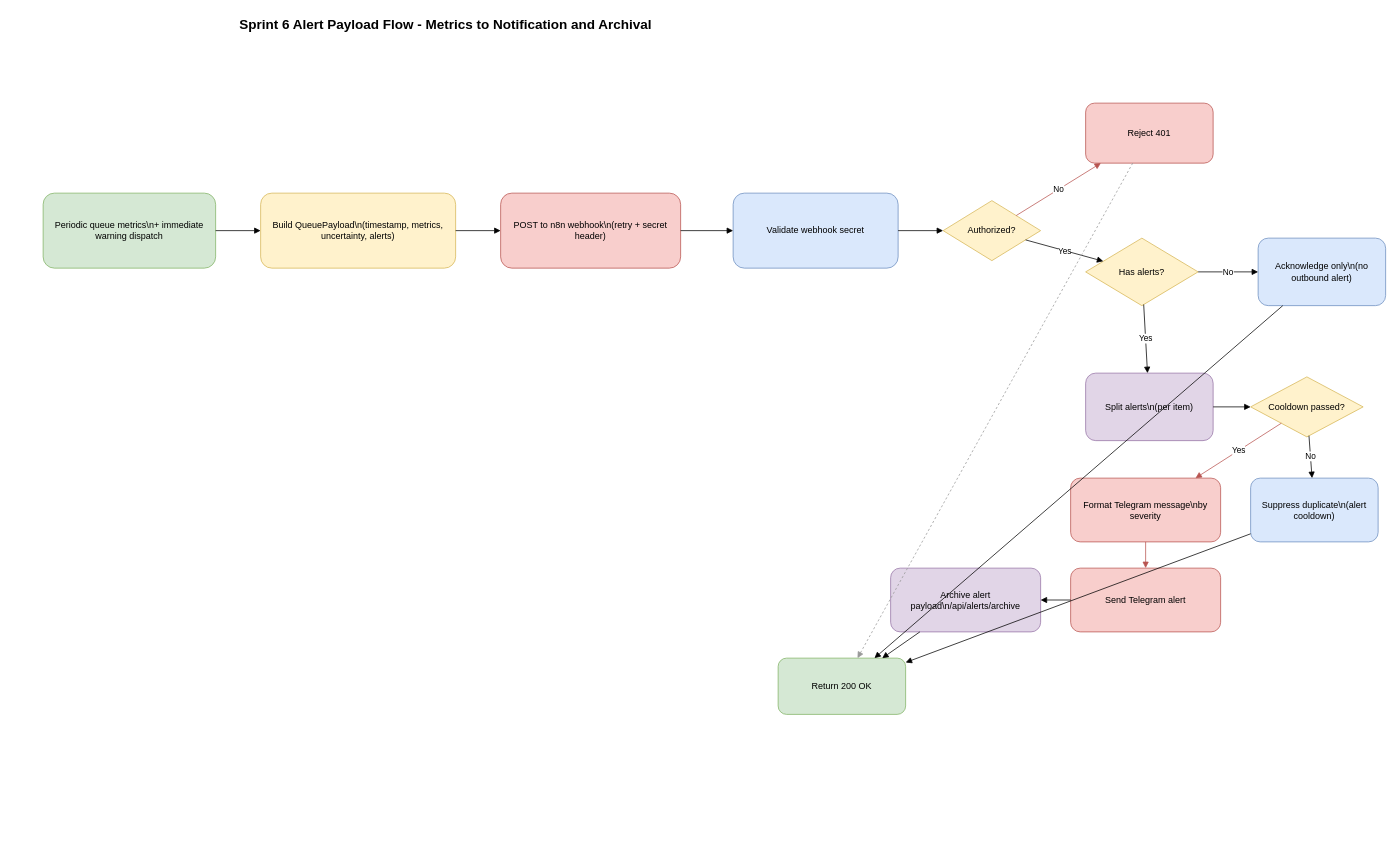
The draw.io diagram report-latex/figures/drawio/sprint6_data_flow.drawio in Salmen-BA21/Queue-Wait-Time-Estimation, before the edit. Source tidied: cells renumbered, new cells numbered last; positions are measured from the earlier drawing's top-left corner, leaving out a move shared by most shapes. Both pictures are drawn from the tidied source at 75%, with x=0, y=0 at pixel (43, 13).
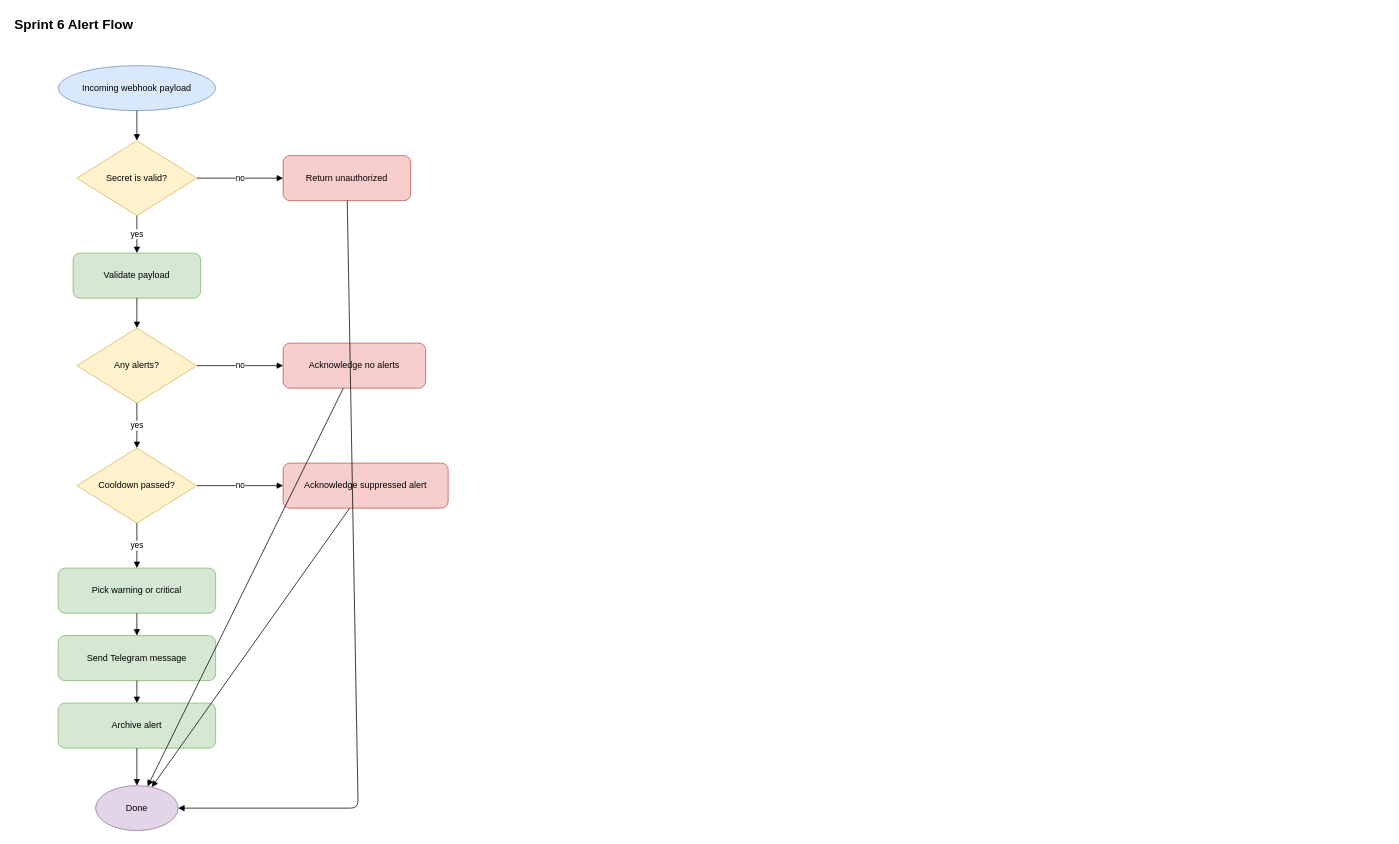
Above is the later version.

Change to the diagram source:
```diff
@@
-    <mxCell id="2" value="Sprint 6 Alert Payload Flow - Metrics to Notification and Archival" style="text;html=1;strokeColor=none;fillColor=none;align=left;verticalAlign=middle;fontStyle=1;fontSize=18;" parent="1" vertex="1">
-      <mxGeometry x="260" width="900" height="30" as="geometry" />
+    <mxCell id="2" value="Sprint 6 Alert Flow" style="text;html=1;strokeColor=none;fillColor=none;align=left;verticalAlign=middle;fontStyle=1;fontSize=18;" parent="1" vertex="1">
+      <mxGeometry x="-40" width="260" height="30" as="geometry" />
     </mxCell>
-    <mxCell id="3" value="Periodic queue metrics\n+ immediate warning dispatch" style="rounded=1;whiteSpace=wrap;html=1;fillColor=#d5e8d4;strokeColor=#82b366;" parent="1" vertex="1">
-      <mxGeometry y="240" width="230" height="100" as="geometry" />
-    </mxCell>
-    <mxCell id="4" value="Build QueuePayload\n(timestamp, metrics, uncertainty, alerts)" style="rounded=1;whiteSpace=wrap;html=1;fillColor=#fff2cc;strokeColor=#d6b656;" parent="1" vertex="1">
-      <mxGeometry x="290" y="240" width="260" height="100" as="geometry" />
-    </mxCell>
-    <mxCell id="5" value="POST to n8n webhook\n(retry + secret header)" style="rounded=1;whiteSpace=wrap;html=1;fillColor=#f8cecc;strokeColor=#b85450;" parent="1" vertex="1">
-      <mxGeometry x="610" y="240" width="240" height="100" as="geometry" />
-    </mxCell>
-    <mxCell id="6" value="Validate webhook secret" style="rounded=1;whiteSpace=wrap;html=1;fillColor=#dae8fc;strokeColor=#6c8ebf;" parent="1" vertex="1">
-      <mxGeometry x="920" y="240" width="220" height="100" as="geometry" />
-    </mxCell>
-    <mxCell id="7" value="Authorized?" style="rhombus;whiteSpace=wrap;html=1;fillColor=#fff2cc;strokeColor=#d6b656;" parent="1" vertex="1">
-      <mxGeometry x="1200" y="250" width="130" height="80" as="geometry" />
-    </mxCell>
-    <mxCell id="8" value="Reject 401" style="rounded=1;whiteSpace=wrap;html=1;fillColor=#f8cecc;strokeColor=#b85450;" parent="1" vertex="1">
-      <mxGeometry x="1390" y="120" width="170" height="80" as="geometry" />
-    </mxCell>
-    <mxCell id="9" value="Has alerts?" style="rhombus;whiteSpace=wrap;html=1;fillColor=#fff2cc;strokeColor=#d6b656;" parent="1" vertex="1">
-      <mxGeometry x="1390" y="300" width="150" height="90" as="geometry" />
-    </mxCell>
-    <mxCell id="10" value="Acknowledge only\n(no outbound alert)" style="rounded=1;whiteSpace=wrap;html=1;fillColor=#dae8fc;strokeColor=#6c8ebf;" parent="1" vertex="1">
-      <mxGeometry x="1620" y="300" width="170" height="90" as="geometry" />
-    </mxCell>
-    <mxCell id="11" value="Split alerts\n(per item)" style="rounded=1;whiteSpace=wrap;html=1;fillColor=#e1d5e7;strokeColor=#9673a6;" parent="1" vertex="1">
-      <mxGeometry x="1390" y="480" width="170" height="90" as="geometry" />
-    </mxCell>
+    <mxCell id="35" value="Incoming webhook payload" style="ellipse;whiteSpace=wrap;html=1;fillColor=#dae8fc;strokeColor=#6c8ebf;" parent="1" vertex="1">
+      <mxGeometry x="20" y="70" width="210" height="60" as="geometry" />
+    </mxCell>
+    <mxCell id="36" value="Secret is valid?" style="rhombus;whiteSpace=wrap;html=1;fillColor=#fff2cc;strokeColor=#d6b656;" parent="1" vertex="1">
+      <mxGeometry x="45" y="170" width="160" height="100" as="geometry" />
+    </mxCell>
+    <mxCell id="37" value="Return unauthorized" style="rounded=1;whiteSpace=wrap;html=1;fillColor=#f8cecc;strokeColor=#b85450;" parent="1" vertex="1">
+      <mxGeometry x="320" y="190" width="170" height="60" as="geometry" />
+    </mxCell>
+    <mxCell id="38" value="Validate payload" style="rounded=1;whiteSpace=wrap;html=1;fillColor=#d5e8d4;strokeColor=#82b366;" parent="1" vertex="1">
+      <mxGeometry x="40" y="320" width="170" height="60" as="geometry" />
+    </mxCell>
+    <mxCell id="39" value="Any alerts?" style="rhombus;whiteSpace=wrap;html=1;fillColor=#fff2cc;strokeColor=#d6b656;" parent="1" vertex="1">
+      <mxGeometry x="45" y="420" width="160" height="100" as="geometry" />
+    </mxCell>
+    <mxCell id="40" value="Acknowledge no alerts" style="rounded=1;whiteSpace=wrap;html=1;fillColor=#f8cecc;strokeColor=#b85450;" parent="1" vertex="1">
+      <mxGeometry x="320" y="440" width="190" height="60" as="geometry" />
+    </mxCell>
     <mxCell id="12" value="Cooldown passed?" style="rhombus;whiteSpace=wrap;html=1;fillColor=#fff2cc;strokeColor=#d6b656;" parent="1" vertex="1">
-      <mxGeometry x="1610" y="485" width="150" height="80" as="geometry" />
+      <mxGeometry x="45" y="580" width="160" height="100" as="geometry" />
     </mxCell>
-    <mxCell id="13" value="Suppress duplicate\n(alert cooldown)" style="rounded=1;whiteSpace=wrap;html=1;fillColor=#dae8fc;strokeColor=#6c8ebf;" parent="1" vertex="1">
-      <mxGeometry x="1610" y="620" width="170" height="85" as="geometry" />
-    </mxCell>
-    <mxCell id="14" value="Format Telegram message\nby severity" style="rounded=1;whiteSpace=wrap;html=1;fillColor=#f8cecc;strokeColor=#b85450;" parent="1" vertex="1">
-      <mxGeometry x="1370" y="620" width="200" height="85" as="geometry" />
-    </mxCell>
-    <mxCell id="15" value="Send Telegram alert" style="rounded=1;whiteSpace=wrap;html=1;fillColor=#f8cecc;strokeColor=#b85450;" parent="1" vertex="1">
-      <mxGeometry x="1370" y="740" width="200" height="85" as="geometry" />
-    </mxCell>
-    <mxCell id="16" value="Archive alert payload\n/api/alerts/archive" style="rounded=1;whiteSpace=wrap;html=1;fillColor=#e1d5e7;strokeColor=#9673a6;" parent="1" vertex="1">
-      <mxGeometry x="1130" y="740" width="200" height="85" as="geometry" />
-    </mxCell>
-    <mxCell id="17" value="Return 200 OK" style="rounded=1;whiteSpace=wrap;html=1;fillColor=#d5e8d4;strokeColor=#82b366;" parent="1" vertex="1">
-      <mxGeometry x="980" y="860" width="170" height="75" as="geometry" />
-    </mxCell>
+    <mxCell id="41" value="Acknowledge suppressed alert" style="rounded=1;whiteSpace=wrap;html=1;fillColor=#f8cecc;strokeColor=#b85450;" parent="1" vertex="1">
+      <mxGeometry x="320" y="600" width="220" height="60" as="geometry" />
+    </mxCell>
+    <mxCell id="42" value="Pick warning or critical" style="rounded=1;whiteSpace=wrap;html=1;fillColor=#d5e8d4;strokeColor=#82b366;" parent="1" vertex="1">
+      <mxGeometry x="20" y="740" width="210" height="60" as="geometry" />
+    </mxCell>
+    <mxCell id="43" value="Send Telegram message" style="rounded=1;whiteSpace=wrap;html=1;fillColor=#d5e8d4;strokeColor=#82b366;" parent="1" vertex="1">
+      <mxGeometry x="20" y="830" width="210" height="60" as="geometry" />
+    </mxCell>
+    <mxCell id="44" value="Archive alert" style="rounded=1;whiteSpace=wrap;html=1;fillColor=#d5e8d4;strokeColor=#82b366;" parent="1" vertex="1">
+      <mxGeometry x="20" y="920" width="210" height="60" as="geometry" />
+    </mxCell>
+    <mxCell id="45" value="Done" style="ellipse;whiteSpace=wrap;html=1;fillColor=#e1d5e7;strokeColor=#9673a6;" parent="1" vertex="1">
+      <mxGeometry x="70" y="1030" width="110" height="60" as="geometry" />
+    </mxCell>
-    <mxCell id="18" style="endArrow=block;html=1;" parent="1" edge="1" source="3" target="4">
+    <mxCell id="18" style="endArrow=block;html=1;" parent="1" edge="1" source="35" target="36">
       <mxGeometry relative="1" as="geometry" />
     </mxCell>
-    <mxCell id="19" style="endArrow=block;html=1;" parent="1" edge="1" source="4" target="5">
+    <mxCell id="19" value="no" style="endArrow=block;html=1;" parent="1" edge="1" source="36" target="37">
       <mxGeometry relative="1" as="geometry" />
     </mxCell>
-    <mxCell id="20" style="endArrow=block;html=1;" parent="1" edge="1" source="5" target="6">
-      <mxGeometry relative="1" as="geometry" />
+    <mxCell id="20" style="endArrow=block;html=1;" parent="1" edge="1" source="37" target="45">
+      <mxGeometry relative="1" as="geometry">
+        <Array as="points">
+          <mxPoint x="420" y="1060" />
+        </Array>
+      </mxGeometry>
     </mxCell>
-    <mxCell id="21" style="endArrow=block;html=1;" parent="1" edge="1" source="6" target="7">
+    <mxCell id="21" value="yes" style="endArrow=block;html=1;" parent="1" edge="1" source="36" target="38">
       <mxGeometry relative="1" as="geometry" />
     </mxCell>
-    <mxCell id="22" value="No" style="endArrow=block;html=1;strokeColor=#b85450;" parent="1" edge="1" source="7" target="8">
+    <mxCell id="22" style="endArrow=block;html=1;" parent="1" edge="1" source="38" target="39">
       <mxGeometry relative="1" as="geometry" />
     </mxCell>
-    <mxCell id="23" value="Yes" style="endArrow=block;html=1;" parent="1" edge="1" source="7" target="9">
+    <mxCell id="23" value="no" style="endArrow=block;html=1;" parent="1" edge="1" source="39" target="40">
       <mxGeometry relative="1" as="geometry" />
     </mxCell>
-    <mxCell id="24" value="No" style="endArrow=block;html=1;" parent="1" edge="1" source="9" target="10">
+    <mxCell id="24" style="endArrow=block;html=1;" parent="1" edge="1" source="40" target="45">
       <mxGeometry relative="1" as="geometry" />
     </mxCell>
-    <mxCell id="25" value="Yes" style="endArrow=block;html=1;" parent="1" edge="1" source="9" target="11">
+    <mxCell id="25" value="yes" style="endArrow=block;html=1;" parent="1" edge="1" source="39" target="12">
       <mxGeometry relative="1" as="geometry" />
     </mxCell>
-    <mxCell id="26" style="endArrow=block;html=1;" parent="1" edge="1" source="11" target="12">
+    <mxCell id="26" value="no" style="endArrow=block;html=1;" parent="1" edge="1" source="12" target="41">
       <mxGeometry relative="1" as="geometry" />
     </mxCell>
-    <mxCell id="27" value="No" style="endArrow=block;html=1;" parent="1" edge="1" source="12" target="13">
+    <mxCell id="27" style="endArrow=block;html=1;" parent="1" edge="1" source="41" target="45">
       <mxGeometry relative="1" as="geometry" />
     </mxCell>
-    <mxCell id="28" value="Yes" style="endArrow=block;html=1;strokeColor=#b85450;" parent="1" edge="1" source="12" target="14">
+    <mxCell id="28" value="yes" style="endArrow=block;html=1;" parent="1" edge="1" source="12" target="42">
       <mxGeometry relative="1" as="geometry" />
     </mxCell>
-    <mxCell id="29" style="endArrow=block;html=1;strokeColor=#b85450;" parent="1" edge="1" source="14" target="15">
+    <mxCell id="29" style="endArrow=block;html=1;" parent="1" edge="1" source="42" target="43">
       <mxGeometry relative="1" as="geometry" />
     </mxCell>
-    <mxCell id="30" style="endArrow=block;html=1;" parent="1" edge="1" source="15" target="16">
+    <mxCell id="30" style="endArrow=block;html=1;" parent="1" edge="1" source="43" target="44">
       <mxGeometry relative="1" as="geometry" />
     </mxCell>
-    <mxCell id="31" style="endArrow=block;html=1;" parent="1" edge="1" source="16" target="17">
+    <mxCell id="31" style="endArrow=block;html=1;" parent="1" edge="1" source="44" target="45">
       <mxGeometry relative="1" as="geometry" />
     </mxCell>
-    <mxCell id="32" style="endArrow=block;html=1;" parent="1" edge="1" source="10" target="17">
-      <mxGeometry relative="1" as="geometry" />
-    </mxCell>
-    <mxCell id="33" style="endArrow=block;html=1;" parent="1" edge="1" source="13" target="17">
-      <mxGeometry relative="1" as="geometry" />
-    </mxCell>
-    <mxCell id="34" style="endArrow=block;html=1;dashed=1;strokeColor=#999999;" parent="1" edge="1" source="8" target="17">
-      <mxGeometry relative="1" as="geometry" />
-    </mxCell>
```
